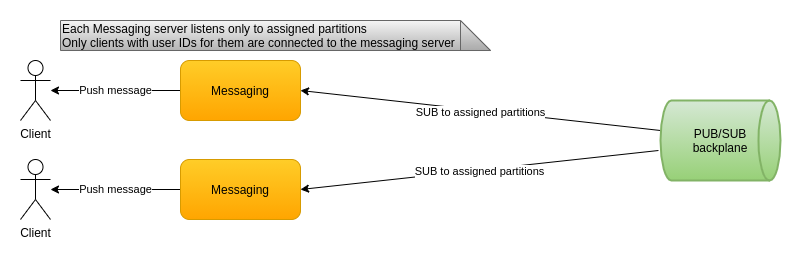
Before: docs/images/cecochat-03-message-receive.png, a diagram exported from draw.io (cvetomir-todorov/CecoChat). Source tidied: cells renumbered, new cells last; positions are measured from the earlier drawing's top-left corner, leaving out a move shared by most shapes.
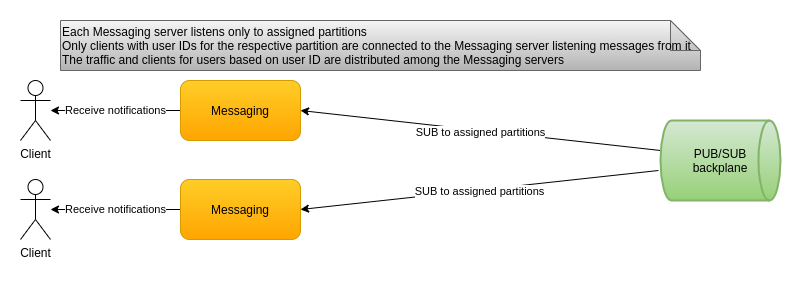
The same diagram one commit later.

What changed in the source:
```diff
@@ -2,13 +2,13 @@
   <root>
     <mxCell id="0" />
     <mxCell id="1" parent="0" />
-    <mxCell id="2" value="Push message" style="edgeStyle=orthogonalEdgeStyle;rounded=0;jettySize=auto;html=1;entryX=0;entryY=0.5;entryDx=0;entryDy=0;startArrow=classic;startFill=1;endArrow=none;endFill=0;" parent="1" edge="1" source="3" target="7">
+    <mxCell id="2" value="Receive notifications" style="edgeStyle=orthogonalEdgeStyle;rounded=0;jettySize=auto;html=1;entryX=0;entryY=0.5;entryDx=0;entryDy=0;startArrow=classic;startFill=1;endArrow=none;endFill=0;" parent="1" edge="1" source="3" target="7">
       <mxGeometry relative="1" as="geometry" />
     </mxCell>
     <mxCell id="3" value="Client" style="shape=umlActor;verticalLabelPosition=bottom;verticalAlign=top;html=1;outlineConnect=0;" parent="1" vertex="1">
       <mxGeometry y="40" width="30" height="60" as="geometry" />
     </mxCell>
-    <mxCell id="4" value="Push message" style="edgeStyle=orthogonalEdgeStyle;rounded=0;jettySize=auto;html=1;entryX=0;entryY=0.5;entryDx=0;entryDy=0;startArrow=classic;startFill=1;endArrow=none;endFill=0;" parent="1" edge="1" source="5" target="10">
+    <mxCell id="4" value="Receive notifications" style="edgeStyle=orthogonalEdgeStyle;rounded=0;jettySize=auto;html=1;entryX=0;entryY=0.5;entryDx=0;entryDy=0;startArrow=classic;startFill=1;endArrow=none;endFill=0;" parent="1" edge="1" source="5" target="10">
       <mxGeometry relative="1" as="geometry" />
     </mxCell>
     <mxCell id="5" value="Client" style="shape=umlActor;verticalLabelPosition=bottom;verticalAlign=top;html=1;outlineConnect=0;" parent="1" vertex="1">
@@ -25,8 +25,8 @@
     <mxCell id="8" value="PUB/SUB&lt;br&gt;backplane" style="strokeWidth=2;html=1;shape=mxgraph.flowchart.direct_data;whiteSpace=wrap;gradientColor=#97d077;fillColor=#d5e8d4;strokeColor=#82b366;" parent="1" vertex="1">
       <mxGeometry x="640" y="80" width="120" height="80" as="geometry" />
     </mxCell>
-    <mxCell id="9" value="Each Messaging server listens only to assigned partitions&lt;br&gt;Only clients with user IDs for them are connected to the messaging server" style="shape=note;whiteSpace=wrap;html=1;backgroundOutline=1;darkOpacity=0.05;align=left;gradientColor=#b3b3b3;fillColor=#f5f5f5;strokeColor=#666666;" parent="1" vertex="1">
-      <mxGeometry x="40" width="430" height="30" as="geometry" />
+    <mxCell id="9" value="Each Messaging server listens only to assigned partitions&lt;br&gt;Only clients with user IDs for the respective partition are connected to the Messaging server listening messages from it&lt;br&gt;The traffic and clients for users based on user ID are distributed among the Messaging servers" style="shape=note;whiteSpace=wrap;html=1;backgroundOutline=1;darkOpacity=0.05;align=left;gradientColor=#b3b3b3;fillColor=#f5f5f5;strokeColor=#666666;" parent="1" vertex="1">
+      <mxGeometry x="40" y="-20" width="640" height="50" as="geometry" />
     </mxCell>
     <mxCell id="10" value="&lt;font style=&quot;font-size: 12px&quot;&gt;Messaging&lt;/font&gt;" style="rounded=1;whiteSpace=wrap;html=1;gradientColor=#ffa500;fillColor=#ffcd28;strokeColor=#d79b00;" parent="1" vertex="1">
       <mxGeometry x="160" y="139" width="120" height="60" as="geometry" />
```
